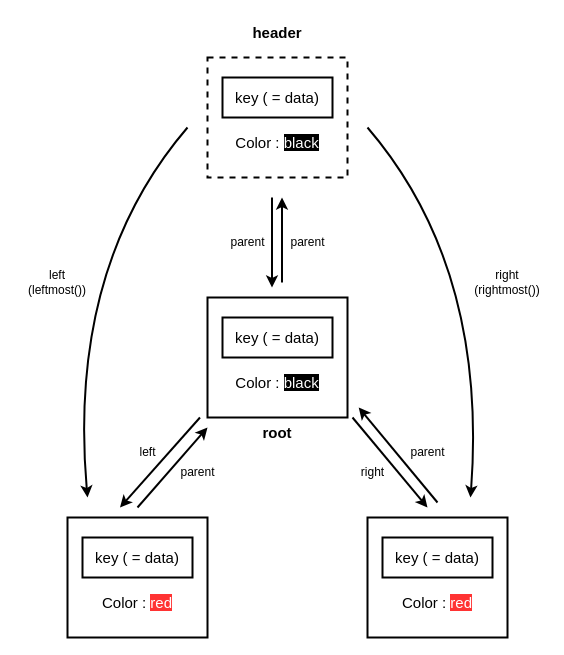
Before: page "set" (11 of 13) of ft_containers.drawio in khk811/ft_containers, a draw.io diagram. Source tidied: cells renumbered, new cells numbered last; positions are measured from the earlier drawing's top-left corner, leaving out a move shared by most shapes. Both pictures are drawn from the tidied source at 100%, with x=0, y=0 at pixel (17, 17).
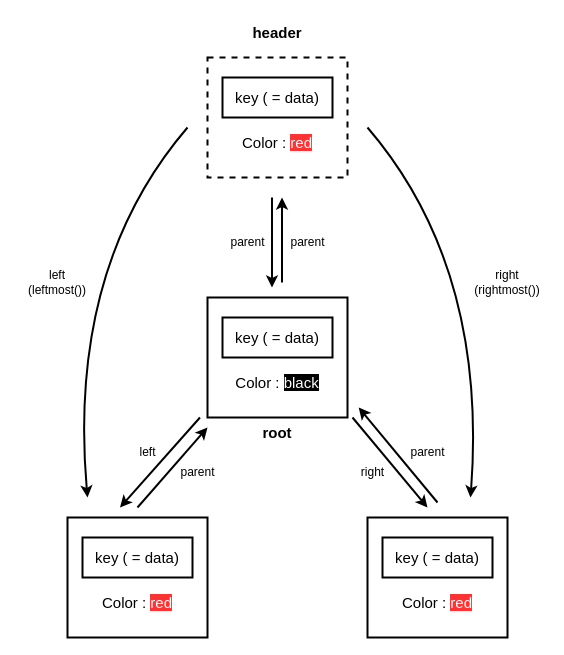
Above is the later version.

What changed in the source:
```diff
@@
-    <mxCell id="10" value="Color : &lt;span style=&quot;background-color: rgb(0, 0, 0);&quot;&gt;&lt;font color=&quot;#ffffff&quot;&gt;black&lt;/font&gt;&lt;/span&gt;" style="text;strokeColor=none;align=center;fillColor=none;html=1;verticalAlign=middle;whiteSpace=wrap;rounded=0;fontSize=15;" parent="1" vertex="1">
-      <mxGeometry x="215" y="110" width="90" height="30" as="geometry" />
-    </mxCell>
@@
+    <mxCell id="32" value="Color : &lt;span style=&quot;background-color: rgb(255, 51, 51);&quot;&gt;&lt;font color=&quot;#ffffff&quot;&gt;red&lt;/font&gt;&lt;/span&gt;" style="text;strokeColor=none;align=center;fillColor=none;html=1;verticalAlign=middle;whiteSpace=wrap;rounded=0;fontSize=15;" parent="1" vertex="1">
+      <mxGeometry x="215" y="110" width="90" height="30" as="geometry" />
+    </mxCell>
```
